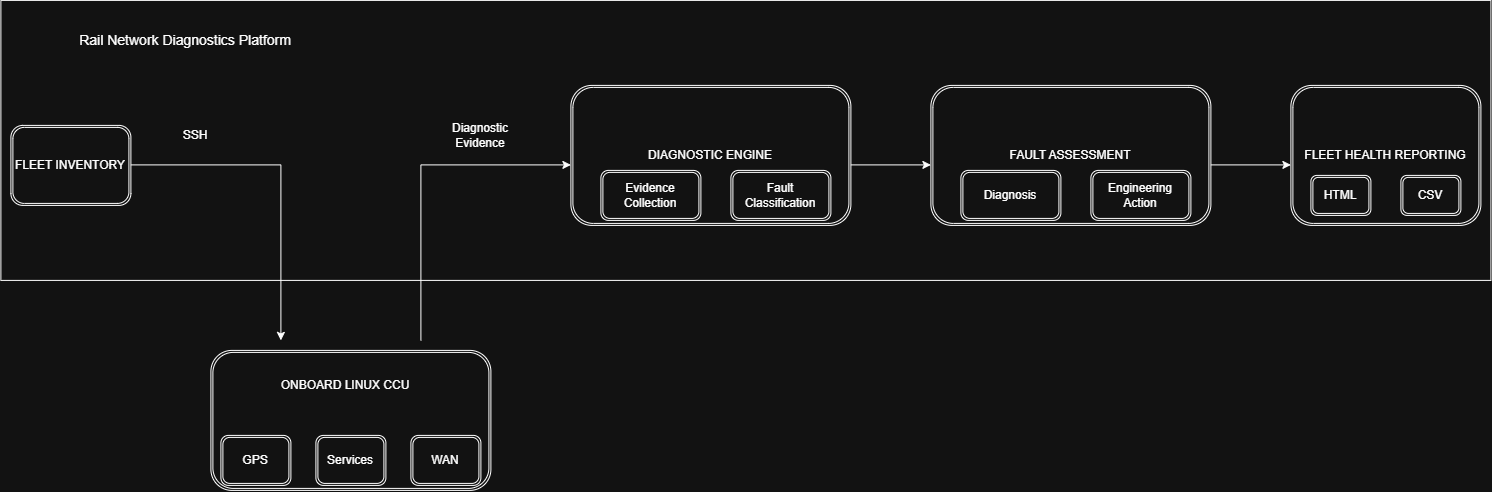
K-Roper-Projects/rail-network-diagnostics keeps this draw.io diagram as docs/images/rail-diagnostics-architecture.png. Above is the earlier version. Source tidied: cells renumbered, new cells last; positions are measured from the earlier drawing's top-left corner, leaving out a move shared by most shapes. Source of this version:
```xml
<mxGraphModel>
  <root>
    <mxCell id="0" />
    <mxCell id="1" parent="0" />
    <mxCell id="2" style="rounded=0;whiteSpace=wrap;html=1;" parent="1" vertex="1">
      <mxGeometry width="1490" height="280" as="geometry" />
    </mxCell>
    <mxCell id="3" value="FLEET HEALTH REPORTING" style="shape=ext;double=1;rounded=1;whiteSpace=wrap;html=1;" parent="1" vertex="1">
      <mxGeometry x="1290" y="85" width="190" height="140" as="geometry" />
    </mxCell>
    <mxCell id="4" style="shape=ext;double=1;rounded=1;whiteSpace=wrap;html=1;" parent="1" vertex="1">
      <mxGeometry x="210" y="350" width="280" height="140" as="geometry" />
    </mxCell>
    <mxCell id="5" value="FLEET INVENTORY" style="shape=ext;double=1;rounded=1;whiteSpace=wrap;html=1;" parent="1" vertex="1">
      <mxGeometry x="10" y="125" width="120" height="80" as="geometry" />
    </mxCell>
    <mxCell id="6" value="GPS" style="shape=ext;double=1;rounded=1;whiteSpace=wrap;html=1;" parent="1" vertex="1">
      <mxGeometry x="220" y="435" width="70" height="50" as="geometry" />
    </mxCell>
    <mxCell id="7" value="WAN" style="shape=ext;double=1;rounded=1;whiteSpace=wrap;html=1;" parent="1" vertex="1">
      <mxGeometry x="410" y="435" width="70" height="50" as="geometry" />
    </mxCell>
    <mxCell id="8" value="Services" style="shape=ext;double=1;rounded=1;whiteSpace=wrap;html=1;" parent="1" vertex="1">
      <mxGeometry x="315" y="435" width="70" height="50" as="geometry" />
    </mxCell>
    <mxCell id="9" value="HTML" style="shape=ext;double=1;rounded=1;whiteSpace=wrap;html=1;" parent="1" vertex="1">
      <mxGeometry x="1310" y="175" width="60" height="40" as="geometry" />
    </mxCell>
    <mxCell id="10" value="DIAGNOSTIC ENGINE" style="shape=ext;double=1;rounded=1;whiteSpace=wrap;html=1;" parent="1" vertex="1">
      <mxGeometry x="570" y="85" width="280" height="140" as="geometry" />
    </mxCell>
    <mxCell id="11" value="Evidence Collection" style="shape=ext;double=1;rounded=1;whiteSpace=wrap;html=1;" parent="1" vertex="1">
      <mxGeometry x="600" y="170" width="100" height="50" as="geometry" />
    </mxCell>
    <mxCell id="12" value="Fault Classification" style="shape=ext;double=1;rounded=1;whiteSpace=wrap;html=1;" parent="1" vertex="1">
      <mxGeometry x="730" y="170" width="100" height="50" as="geometry" />
    </mxCell>
    <mxCell id="13" style="endArrow=classic;html=1;rounded=0;" parent="1" edge="1">
      <mxGeometry relative="1" as="geometry">
        <mxPoint x="130" y="164.5" as="sourcePoint" />
        <mxPoint x="280" y="340" as="targetPoint" />
        <Array as="points">
          <mxPoint x="280" y="164.5" />
        </Array>
      </mxGeometry>
    </mxCell>
    <mxCell id="14" style="endArrow=classic;html=1;rounded=0;" parent="1" edge="1">
      <mxGeometry relative="1" as="geometry">
        <mxPoint x="420" y="340" as="sourcePoint" />
        <mxPoint x="570" y="164.5" as="targetPoint" />
        <Array as="points">
          <mxPoint x="420" y="164.5" />
        </Array>
      </mxGeometry>
    </mxCell>
    <mxCell id="15" value="SSH" style="text;html=1;whiteSpace=wrap;strokeColor=none;fillColor=none;align=center;verticalAlign=middle;rounded=0;" parent="1" vertex="1">
      <mxGeometry x="150" y="120" width="90" height="30" as="geometry" />
    </mxCell>
    <mxCell id="16" value="FAULT ASSESSMENT" style="shape=ext;double=1;rounded=1;whiteSpace=wrap;html=1;" parent="1" vertex="1">
      <mxGeometry x="930" y="85" width="280" height="140" as="geometry" />
    </mxCell>
    <mxCell id="17" value="Diagnosis" style="shape=ext;double=1;rounded=1;whiteSpace=wrap;html=1;" parent="1" vertex="1">
      <mxGeometry x="960" y="170" width="100" height="50" as="geometry" />
    </mxCell>
    <mxCell id="18" value="Engineering Action" style="shape=ext;double=1;rounded=1;whiteSpace=wrap;html=1;" parent="1" vertex="1">
      <mxGeometry x="1090" y="170" width="100" height="50" as="geometry" />
    </mxCell>
    <mxCell id="19" style="endArrow=classic;html=1;rounded=0;" parent="1" edge="1">
      <mxGeometry relative="1" as="geometry">
        <mxPoint x="850" y="164.5" as="sourcePoint" />
        <mxPoint x="930" y="164.5" as="targetPoint" />
      </mxGeometry>
    </mxCell>
    <mxCell id="20" value="CSV" style="shape=ext;double=1;rounded=1;whiteSpace=wrap;html=1;" parent="1" vertex="1">
      <mxGeometry x="1400" y="175" width="60" height="40" as="geometry" />
    </mxCell>
    <mxCell id="21" style="endArrow=classic;html=1;rounded=0;" parent="1" edge="1">
      <mxGeometry relative="1" as="geometry">
        <mxPoint x="1210" y="164.5" as="sourcePoint" />
        <mxPoint x="1290" y="164.5" as="targetPoint" />
      </mxGeometry>
    </mxCell>
    <mxCell id="22" value="Diagnostic Evidence" style="text;html=1;whiteSpace=wrap;strokeColor=none;fillColor=none;align=center;verticalAlign=middle;rounded=0;" parent="1" vertex="1">
      <mxGeometry x="450" y="120" width="60" height="30" as="geometry" />
    </mxCell>
    <mxCell id="23" value="&lt;font style=&quot;font-size: 14px;&quot;&gt;Rail Network Diagnostics Platform&lt;/font&gt;" style="text;html=1;whiteSpace=wrap;strokeColor=none;fillColor=none;align=center;verticalAlign=middle;rounded=0;" parent="1" vertex="1">
      <mxGeometry x="60" y="10" width="250" height="60" as="geometry" />
    </mxCell>
    <mxCell id="24" value="ONBOARD LINUX CCU" style="text;html=1;whiteSpace=wrap;strokeColor=none;fillColor=none;align=center;verticalAlign=middle;rounded=0;" parent="1" vertex="1">
      <mxGeometry x="270" y="360" width="150" height="50" as="geometry" />
    </mxCell>
  </root>
</mxGraphModel>
```
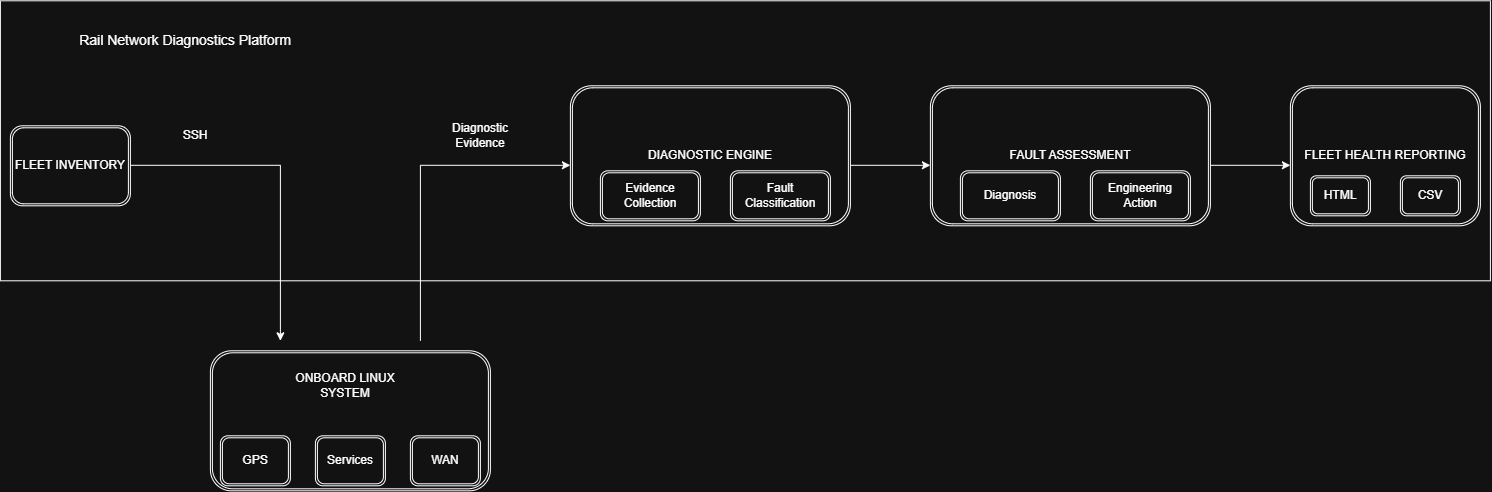
The same diagram one commit later.

Change to the diagram source:
```diff
@@ -86,7 +86,7 @@
     <mxCell id="23" value="&lt;font style=&quot;font-size: 14px;&quot;&gt;Rail Network Diagnostics Platform&lt;/font&gt;" style="text;html=1;whiteSpace=wrap;strokeColor=none;fillColor=none;align=center;verticalAlign=middle;rounded=0;" parent="1" vertex="1">
       <mxGeometry x="60" y="10" width="250" height="60" as="geometry" />
     </mxCell>
-    <mxCell id="24" value="ONBOARD LINUX CCU" style="text;html=1;whiteSpace=wrap;strokeColor=none;fillColor=none;align=center;verticalAlign=middle;rounded=0;" parent="1" vertex="1">
+    <mxCell id="24" value="ONBOARD LINUX SYSTEM" style="text;html=1;whiteSpace=wrap;strokeColor=none;fillColor=none;align=center;verticalAlign=middle;rounded=0;" parent="1" vertex="1">
       <mxGeometry x="270" y="360" width="150" height="50" as="geometry" />
     </mxCell>
   </root>
```
